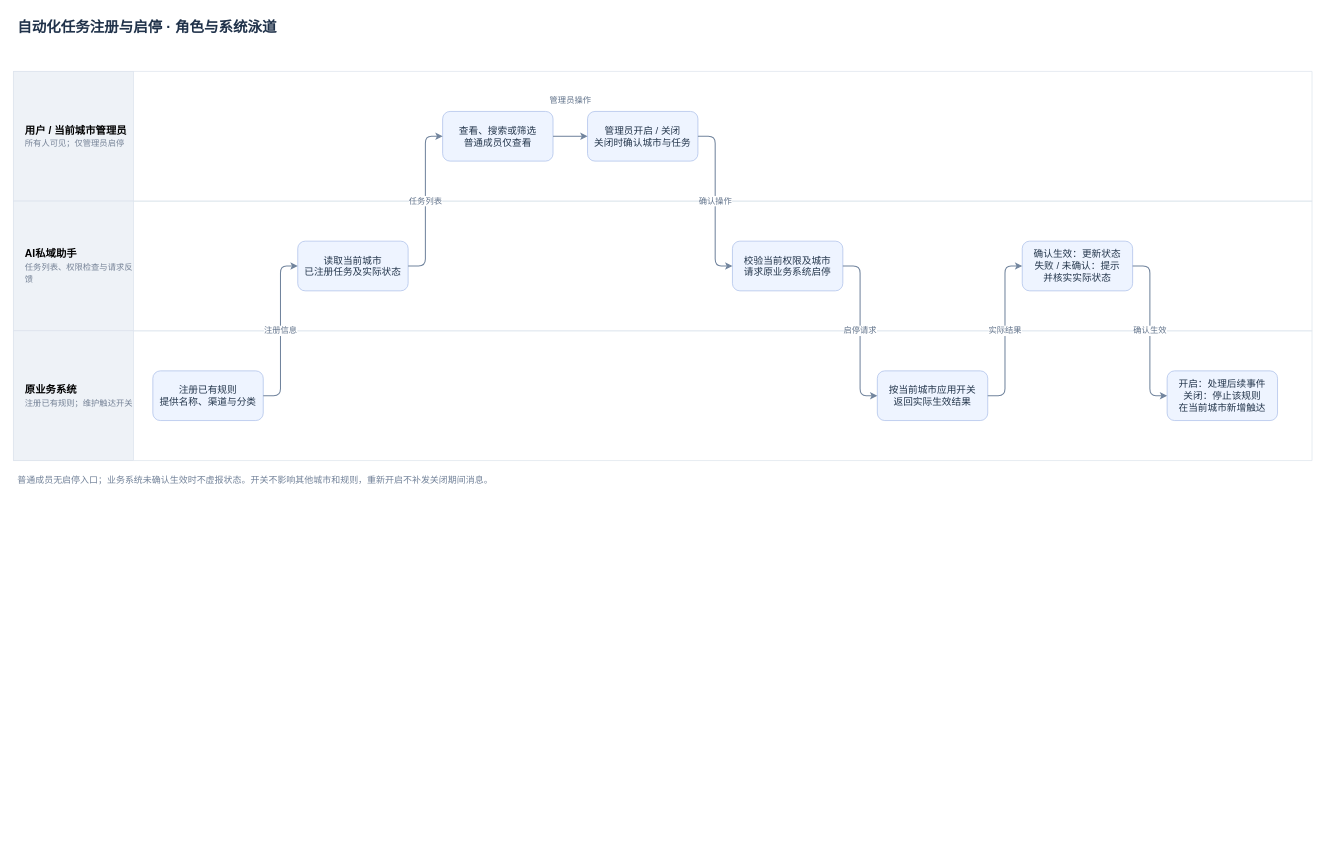
This is page "自动化任务注册与启停｜系统角色泳道" (3 of 3) of message-notifications/消息通知-角色与系统业务流程.drawio from JZT-AI/ai-proactive-activation, a draw.io file, before an edit. Source tidied: cells renumbered, new cells numbered last; positions are measured from the earlier drawing's top-left corner, leaving out a move shared by most shapes. Both pictures are drawn from the tidied source at 69%, with x=0, y=0 at pixel (13, 13).
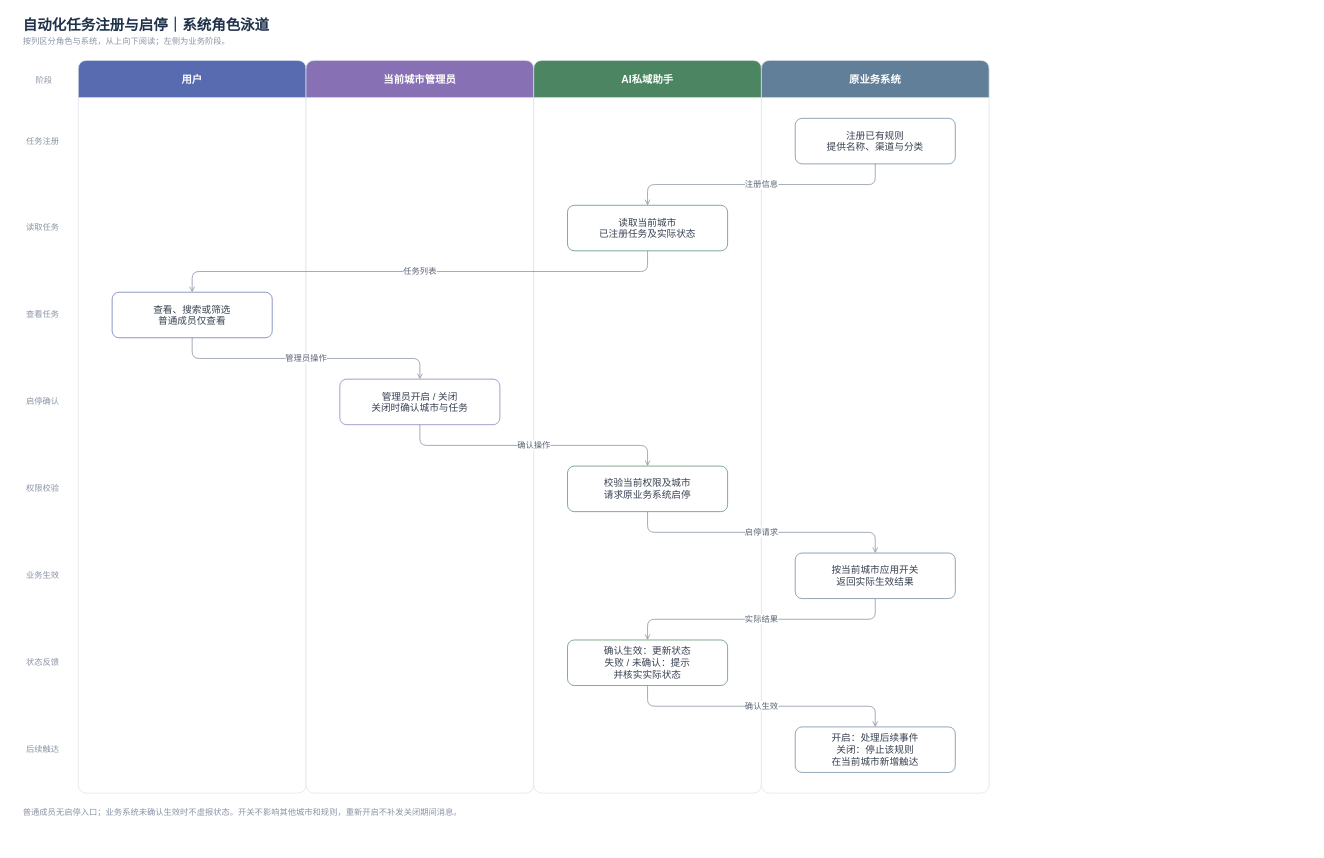
The same page after the edit.

Diff of the diagram source:
```diff
@@
-    <mxCell id="2" value="自动化任务注册与启停 · 角色与系统泳道" style="text;html=1;fontSize=21;fontStyle=1;fontColor=#20324a;align=left;" parent="1" vertex="1">
-      <mxGeometry x="4" width="1874" height="32" as="geometry" />
+    <mxCell id="2" value="自动化任务注册与启停｜系统角色泳道" style="text;html=1;fontSize=21;fontStyle=1;fontColor=#20324a;align=left;" parent="1" vertex="1">
+      <mxGeometry x="12" y="-2" width="1396" height="32" as="geometry" />
     </mxCell>
-    <mxCell id="3" style="swimlane;horizontal=1;startSize=0;fillColor=#ffffff;strokeColor=#dce3ed;" parent="1" vertex="1">
-      <mxGeometry y="84" width="1882" height="188" as="geometry" />
+    <mxCell id="3" value="按列区分角色与系统，从上向下阅读；左侧为业务阶段。" style="text;html=1;fontSize=12;fontColor=#8993a4;align=left;" parent="1" vertex="1">
+      <mxGeometry x="12" y="27" width="1396" height="24" as="geometry" />
     </mxCell>
-    <mxCell id="4" value="用户 / 当前城市管理员&lt;br&gt;&lt;font style=&quot;font-size:12px;font-weight:normal;color:#758296&quot;&gt;所有人可见；仅管理员启停&lt;/font&gt;" style="rounded=0;whiteSpace=wrap;html=1;fillColor=#eef2f7;strokeColor=#dce3ed;fontSize=15;fontStyle=1;align=left;spacingLeft=15;" parent="3" vertex="1">
-      <mxGeometry width="174" height="188" as="geometry" />
+    <mxCell id="4" value="阶段" style="text;html=1;fontSize=12;fontColor=#8993a4;align=center;" parent="1" vertex="1">
+      <mxGeometry x="6" y="83" width="76" height="24" as="geometry" />
     </mxCell>
-    <mxCell id="5" style="swimlane;horizontal=1;startSize=0;fillColor=#f8fafc;strokeColor=#dce3ed;" parent="1" vertex="1">
-      <mxGeometry y="272" width="1882" height="188" as="geometry" />
+    <mxCell id="5" value="用户" style="swimlane;horizontal=1;startSize=54;rounded=1;arcSize=8;fillColor=#596bb0;swimlaneFillColor=#ffffff;strokeColor=#dce1e9;fontColor=#ffffff;fontSize=15;fontStyle=1;" parent="1" vertex="1">
+      <mxGeometry x="94" y="68" width="330" height="1062" as="geometry" />
     </mxCell>
-    <mxCell id="6" value="AI私域助手&lt;br&gt;&lt;font style=&quot;font-size:12px;font-weight:normal;color:#758296&quot;&gt;任务列表、权限检查与请求反馈&lt;/font&gt;" style="rounded=0;whiteSpace=wrap;html=1;fillColor=#eef2f7;strokeColor=#dce3ed;fontSize=15;fontStyle=1;align=left;spacingLeft=15;" parent="5" vertex="1">
-      <mxGeometry width="174" height="188" as="geometry" />
+    <mxCell id="6" value="当前城市管理员" style="swimlane;horizontal=1;startSize=54;rounded=1;arcSize=8;fillColor=#8870b5;swimlaneFillColor=#ffffff;strokeColor=#dce1e9;fontColor=#ffffff;fontSize=15;fontStyle=1;" parent="1" vertex="1">
+      <mxGeometry x="424" y="68" width="330" height="1062" as="geometry" />
     </mxCell>
-    <mxCell id="7" style="swimlane;horizontal=1;startSize=0;fillColor=#ffffff;strokeColor=#dce3ed;" parent="1" vertex="1">
-      <mxGeometry y="460" width="1882" height="188" as="geometry" />
+    <mxCell id="7" value="AI私域助手" style="swimlane;horizontal=1;startSize=54;rounded=1;arcSize=8;fillColor=#4c8562;swimlaneFillColor=#ffffff;strokeColor=#dce1e9;fontColor=#ffffff;fontSize=15;fontStyle=1;" parent="1" vertex="1">
+      <mxGeometry x="754" y="68" width="330" height="1062" as="geometry" />
     </mxCell>
-    <mxCell id="8" value="原业务系统&lt;br&gt;&lt;font style=&quot;font-size:12px;font-weight:normal;color:#758296&quot;&gt;注册已有规则；维护触达开关&lt;/font&gt;" style="rounded=0;whiteSpace=wrap;html=1;fillColor=#eef2f7;strokeColor=#dce3ed;fontSize=15;fontStyle=1;align=left;spacingLeft=15;" parent="7" vertex="1">
-      <mxGeometry width="174" height="188" as="geometry" />
+    <mxCell id="8" value="原业务系统" style="swimlane;horizontal=1;startSize=54;rounded=1;arcSize=8;fillColor=#617f99;swimlaneFillColor=#ffffff;strokeColor=#dce1e9;fontColor=#ffffff;fontSize=15;fontStyle=1;" parent="1" vertex="1">
+      <mxGeometry x="1084" y="68" width="330" height="1062" as="geometry" />
     </mxCell>
-    <mxCell id="9" value="注册已有规则&lt;br&gt;提供名称、渠道与分类" style="rounded=1;whiteSpace=wrap;html=1;fillColor=#eef4ff;strokeColor=#a8bde8;fontColor=#24364c;fontSize=14;spacing=8;" parent="7" vertex="1">
-      <mxGeometry x="202" y="58" width="160" height="72" as="geometry" />
+    <mxCell id="9" value="任务注册" style="text;html=1;fontSize=12;fontColor=#8993a4;align=center;" parent="1" vertex="1">
+      <mxGeometry x="-2" y="171" width="88" height="28" as="geometry" />
     </mxCell>
-    <mxCell id="10" value="读取当前城市&lt;br&gt;已注册任务及实际状态" style="rounded=1;whiteSpace=wrap;html=1;fillColor=#eef4ff;strokeColor=#a8bde8;fontColor=#24364c;fontSize=14;spacing=8;" parent="5" vertex="1">
-      <mxGeometry x="412" y="58" width="160" height="72" as="geometry" />
+    <mxCell id="10" value="读取任务" style="text;html=1;fontSize=12;fontColor=#8993a4;align=center;" parent="1" vertex="1">
+      <mxGeometry x="-2" y="297" width="88" height="28" as="geometry" />
     </mxCell>
-    <mxCell id="11" value="查看、搜索或筛选&lt;br&gt;普通成员仅查看" style="rounded=1;whiteSpace=wrap;html=1;fillColor=#eef4ff;strokeColor=#a8bde8;fontColor=#24364c;fontSize=14;spacing=8;" parent="3" vertex="1">
-      <mxGeometry x="622" y="58" width="160" height="72" as="geometry" />
+    <mxCell id="11" value="查看任务" style="text;html=1;fontSize=12;fontColor=#8993a4;align=center;" parent="1" vertex="1">
+      <mxGeometry x="-2" y="423" width="88" height="28" as="geometry" />
     </mxCell>
-    <mxCell id="12" value="管理员开启 / 关闭&lt;br&gt;关闭时确认城市与任务" style="rounded=1;whiteSpace=wrap;html=1;fillColor=#eef4ff;strokeColor=#a8bde8;fontColor=#24364c;fontSize=14;spacing=8;" parent="3" vertex="1">
-      <mxGeometry x="832" y="58" width="160" height="72" as="geometry" />
+    <mxCell id="12" value="启停确认" style="text;html=1;fontSize=12;fontColor=#8993a4;align=center;" parent="1" vertex="1">
+      <mxGeometry x="-2" y="549" width="88" height="28" as="geometry" />
     </mxCell>
-    <mxCell id="13" value="校验当前权限及城市&lt;br&gt;请求原业务系统启停" style="rounded=1;whiteSpace=wrap;html=1;fillColor=#eef4ff;strokeColor=#a8bde8;fontColor=#24364c;fontSize=14;spacing=8;" parent="5" vertex="1">
-      <mxGeometry x="1042" y="58" width="160" height="72" as="geometry" />
+    <mxCell id="13" value="权限校验" style="text;html=1;fontSize=12;fontColor=#8993a4;align=center;" parent="1" vertex="1">
+      <mxGeometry x="-2" y="675" width="88" height="28" as="geometry" />
     </mxCell>
-    <mxCell id="14" value="按当前城市应用开关&lt;br&gt;返回实际生效结果" style="rounded=1;whiteSpace=wrap;html=1;fillColor=#eef4ff;strokeColor=#a8bde8;fontColor=#24364c;fontSize=14;spacing=8;" parent="7" vertex="1">
-      <mxGeometry x="1252" y="58" width="160" height="72" as="geometry" />
+    <mxCell id="14" value="业务生效" style="text;html=1;fontSize=12;fontColor=#8993a4;align=center;" parent="1" vertex="1">
+      <mxGeometry x="-2" y="801" width="88" height="28" as="geometry" />
     </mxCell>
-    <mxCell id="15" value="确认生效：更新状态&lt;br&gt;失败 / 未确认：提示&lt;br&gt;并核实实际状态" style="rounded=1;whiteSpace=wrap;html=1;fillColor=#eef4ff;strokeColor=#a8bde8;fontColor=#24364c;fontSize=14;spacing=8;" parent="5" vertex="1">
-      <mxGeometry x="1462" y="58" width="160" height="72" as="geometry" />
+    <mxCell id="15" value="状态反馈" style="text;html=1;fontSize=12;fontColor=#8993a4;align=center;" parent="1" vertex="1">
+      <mxGeometry x="-2" y="927" width="88" height="28" as="geometry" />
     </mxCell>
-    <mxCell id="16" value="开启：处理后续事件&lt;br&gt;关闭：停止该规则&lt;br&gt;在当前城市新增触达" style="rounded=1;whiteSpace=wrap;html=1;fillColor=#eef4ff;strokeColor=#a8bde8;fontColor=#24364c;fontSize=14;spacing=8;" parent="7" vertex="1">
-      <mxGeometry x="1672" y="58" width="160" height="72" as="geometry" />
+    <mxCell id="16" value="后续触达" style="text;html=1;fontSize=12;fontColor=#8993a4;align=center;" parent="1" vertex="1">
+      <mxGeometry x="-2" y="1053" width="88" height="28" as="geometry" />
     </mxCell>
-    <mxCell id="17" value="注册信息" style="edgeStyle=orthogonalEdgeStyle;rounded=1;html=1;strokeColor=#71849d;strokeWidth=1.5;fontSize=12;fontColor=#60728a;labelBackgroundColor=#ffffff;exitX=1;exitY=0.5;entryX=0;entryY=0.5;" parent="1" edge="1" source="9" target="10">
-      <mxGeometry relative="1" as="geometry">
-        <Array as="points">
-          <mxPoint x="387" y="554" />
-          <mxPoint x="387" y="366" />
-        </Array>
-      </mxGeometry>
+    <mxCell id="17" value="注册已有规则&lt;br&gt;提供名称、渠道与分类" style="rounded=1;whiteSpace=wrap;html=1;fillColor=#ffffff;strokeColor=#617f99;strokeWidth=1;fontColor=#374151;fontSize=14;spacing=8;" parent="8" vertex="1">
+      <mxGeometry x="49" y="84" width="232" height="66" as="geometry" />
     </mxCell>
-    <mxCell id="18" value="任务列表" style="edgeStyle=orthogonalEdgeStyle;rounded=1;html=1;strokeColor=#71849d;strokeWidth=1.5;fontSize=12;fontColor=#60728a;labelBackgroundColor=#ffffff;exitX=1;exitY=0.5;entryX=0;entryY=0.5;" parent="1" edge="1" source="10" target="11">
-      <mxGeometry relative="1" as="geometry">
-        <Array as="points">
-          <mxPoint x="597" y="366" />
-          <mxPoint x="597" y="178" />
-        </Array>
-      </mxGeometry>
+    <mxCell id="18" value="读取当前城市&lt;br&gt;已注册任务及实际状态" style="rounded=1;whiteSpace=wrap;html=1;fillColor=#ffffff;strokeColor=#4c8562;strokeWidth=1;fontColor=#374151;fontSize=14;spacing=8;" parent="7" vertex="1">
+      <mxGeometry x="49" y="210" width="232" height="66" as="geometry" />
     </mxCell>
-    <mxCell id="19" value="管理员操作" style="edgeStyle=orthogonalEdgeStyle;rounded=1;html=1;strokeColor=#71849d;strokeWidth=1.5;fontSize=12;fontColor=#60728a;labelBackgroundColor=#ffffff;exitX=1;exitY=0.5;entryX=0;entryY=0.5;" parent="1" edge="1" source="11" target="12">
-      <mxGeometry relative="1" as="geometry">
-        <Array as="points">
-          <mxPoint x="807" y="178" />
-          <mxPoint x="807" y="178" />
-        </Array>
-        <mxPoint y="-52" as="offset" />
-      </mxGeometry>
+    <mxCell id="19" value="查看、搜索或筛选&lt;br&gt;普通成员仅查看" style="rounded=1;whiteSpace=wrap;html=1;fillColor=#ffffff;strokeColor=#596bb0;strokeWidth=1;fontColor=#374151;fontSize=14;spacing=8;" parent="5" vertex="1">
+      <mxGeometry x="49" y="336" width="232" height="66" as="geometry" />
     </mxCell>
-    <mxCell id="20" value="确认操作" style="edgeStyle=orthogonalEdgeStyle;rounded=1;html=1;strokeColor=#71849d;strokeWidth=1.5;fontSize=12;fontColor=#60728a;labelBackgroundColor=#ffffff;exitX=1;exitY=0.5;entryX=0;entryY=0.5;" parent="1" edge="1" source="12" target="13">
-      <mxGeometry relative="1" as="geometry">
-        <Array as="points">
-          <mxPoint x="1017" y="178" />
-          <mxPoint x="1017" y="366" />
-        </Array>
-      </mxGeometry>
+    <mxCell id="20" value="管理员开启 / 关闭&lt;br&gt;关闭时确认城市与任务" style="rounded=1;whiteSpace=wrap;html=1;fillColor=#ffffff;strokeColor=#8870b5;strokeWidth=1;fontColor=#374151;fontSize=14;spacing=8;" parent="6" vertex="1">
+      <mxGeometry x="49" y="462" width="232" height="66" as="geometry" />
     </mxCell>
-    <mxCell id="21" value="启停请求" style="edgeStyle=orthogonalEdgeStyle;rounded=1;html=1;strokeColor=#71849d;strokeWidth=1.5;fontSize=12;fontColor=#60728a;labelBackgroundColor=#ffffff;exitX=1;exitY=0.5;entryX=0;entryY=0.5;" parent="1" edge="1" source="13" target="14">
-      <mxGeometry relative="1" as="geometry">
-        <Array as="points">
-          <mxPoint x="1227" y="366" />
-          <mxPoint x="1227" y="554" />
-        </Array>
-      </mxGeometry>
+    <mxCell id="21" value="校验当前权限及城市&lt;br&gt;请求原业务系统启停" style="rounded=1;whiteSpace=wrap;html=1;fillColor=#ffffff;strokeColor=#4c8562;strokeWidth=1;fontColor=#374151;fontSize=14;spacing=8;" parent="7" vertex="1">
+      <mxGeometry x="49" y="588" width="232" height="66" as="geometry" />
     </mxCell>
-    <mxCell id="22" value="实际结果" style="edgeStyle=orthogonalEdgeStyle;rounded=1;html=1;strokeColor=#71849d;strokeWidth=1.5;fontSize=12;fontColor=#60728a;labelBackgroundColor=#ffffff;exitX=1;exitY=0.5;entryX=0;entryY=0.5;" parent="1" edge="1" source="14" target="15">
-      <mxGeometry relative="1" as="geometry">
-        <Array as="points">
-          <mxPoint x="1437" y="554" />
-          <mxPoint x="1437" y="366" />
-        </Array>
-      </mxGeometry>
+    <mxCell id="22" value="按当前城市应用开关&lt;br&gt;返回实际生效结果" style="rounded=1;whiteSpace=wrap;html=1;fillColor=#ffffff;strokeColor=#617f99;strokeWidth=1;fontColor=#374151;fontSize=14;spacing=8;" parent="8" vertex="1">
+      <mxGeometry x="49" y="714" width="232" height="66" as="geometry" />
     </mxCell>
-    <mxCell id="23" value="确认生效" style="edgeStyle=orthogonalEdgeStyle;rounded=1;html=1;strokeColor=#71849d;strokeWidth=1.5;fontSize=12;fontColor=#60728a;labelBackgroundColor=#ffffff;exitX=1;exitY=0.5;entryX=0;entryY=0.5;" parent="1" edge="1" source="15" target="16">
-      <mxGeometry relative="1" as="geometry">
-        <Array as="points">
-          <mxPoint x="1647" y="366" />
-          <mxPoint x="1647" y="554" />
-        </Array>
-      </mxGeometry>
+    <mxCell id="23" value="确认生效：更新状态&lt;br&gt;失败 / 未确认：提示&lt;br&gt;并核实实际状态" style="rounded=1;whiteSpace=wrap;html=1;fillColor=#ffffff;strokeColor=#4c8562;strokeWidth=1;fontColor=#374151;fontSize=14;spacing=8;" parent="7" vertex="1">
+      <mxGeometry x="49" y="840" width="232" height="66" as="geometry" />
     </mxCell>
-    <mxCell id="24" value="普通成员无启停入口；业务系统未确认生效时不虚报状态。开关不影响其他城市和规则，重新开启不补发关闭期间消息。" style="text;html=1;whiteSpace=wrap;fontSize=13;fontColor=#718198;align=left;" parent="1" vertex="1">
-      <mxGeometry x="4" y="662" width="1874" height="62" as="geometry" />
+    <mxCell id="24" value="开启：处理后续事件&lt;br&gt;关闭：停止该规则&lt;br&gt;在当前城市新增触达" style="rounded=1;whiteSpace=wrap;html=1;fillColor=#ffffff;strokeColor=#617f99;strokeWidth=1;fontColor=#374151;fontSize=14;spacing=8;" parent="8" vertex="1">
+      <mxGeometry x="49" y="966" width="232" height="66" as="geometry" />
     </mxCell>
+    <mxCell id="25" value="注册信息" style="edgeStyle=orthogonalEdgeStyle;rounded=1;html=1;strokeColor=#7d8798;strokeWidth=1;fontSize=12;fontColor=#596273;labelBackgroundColor=#ffffff;endArrow=open;endFill=0;exitX=0.5;exitY=1;entryX=0.5;entryY=0;" parent="1" edge="1" source="17" target="18">
+      <mxGeometry relative="1" as="geometry">
+        <Array as="points">
+          <mxPoint x="1249" y="248" />
+          <mxPoint x="919" y="248" />
+        </Array>
+      </mxGeometry>
+    </mxCell>
+    <mxCell id="26" value="任务列表" style="edgeStyle=orthogonalEdgeStyle;rounded=1;html=1;strokeColor=#7d8798;strokeWidth=1;fontSize=12;fontColor=#596273;labelBackgroundColor=#ffffff;endArrow=open;endFill=0;exitX=0.5;exitY=1;entryX=0.5;entryY=0;" parent="1" edge="1" source="18" target="19">
+      <mxGeometry relative="1" as="geometry">
+        <Array as="points">
+          <mxPoint x="919" y="374" />
+          <mxPoint x="259" y="374" />
+        </Array>
+      </mxGeometry>
+    </mxCell>
+    <mxCell id="27" value="管理员操作" style="edgeStyle=orthogonalEdgeStyle;rounded=1;html=1;strokeColor=#7d8798;strokeWidth=1;fontSize=12;fontColor=#596273;labelBackgroundColor=#ffffff;endArrow=open;endFill=0;exitX=0.5;exitY=1;entryX=0.5;entryY=0;" parent="1" edge="1" source="19" target="20">
+      <mxGeometry relative="1" as="geometry">
+        <Array as="points">
+          <mxPoint x="259" y="500" />
+          <mxPoint x="589" y="500" />
+        </Array>
+      </mxGeometry>
+    </mxCell>
+    <mxCell id="28" value="确认操作" style="edgeStyle=orthogonalEdgeStyle;rounded=1;html=1;strokeColor=#7d8798;strokeWidth=1;fontSize=12;fontColor=#596273;labelBackgroundColor=#ffffff;endArrow=open;endFill=0;exitX=0.5;exitY=1;entryX=0.5;entryY=0;" parent="1" edge="1" source="20" target="21">
+      <mxGeometry relative="1" as="geometry">
+        <Array as="points">
+          <mxPoint x="589" y="626" />
+          <mxPoint x="919" y="626" />
+        </Array>
+      </mxGeometry>
+    </mxCell>
+    <mxCell id="29" value="启停请求" style="edgeStyle=orthogonalEdgeStyle;rounded=1;html=1;strokeColor=#7d8798;strokeWidth=1;fontSize=12;fontColor=#596273;labelBackgroundColor=#ffffff;endArrow=open;endFill=0;exitX=0.5;exitY=1;entryX=0.5;entryY=0;" parent="1" edge="1" source="21" target="22">
+      <mxGeometry relative="1" as="geometry">
+        <Array as="points">
+          <mxPoint x="919" y="752" />
+          <mxPoint x="1249" y="752" />
+        </Array>
+      </mxGeometry>
+    </mxCell>
+    <mxCell id="30" value="实际结果" style="edgeStyle=orthogonalEdgeStyle;rounded=1;html=1;strokeColor=#7d8798;strokeWidth=1;fontSize=12;fontColor=#596273;labelBackgroundColor=#ffffff;endArrow=open;endFill=0;exitX=0.5;exitY=1;entryX=0.5;entryY=0;" parent="1" edge="1" source="22" target="23">
+      <mxGeometry relative="1" as="geometry">
+        <Array as="points">
+          <mxPoint x="1249" y="878" />
+          <mxPoint x="919" y="878" />
+        </Array>
+      </mxGeometry>
+    </mxCell>
+    <mxCell id="31" value="确认生效" style="edgeStyle=orthogonalEdgeStyle;rounded=1;html=1;strokeColor=#7d8798;strokeWidth=1;fontSize=12;fontColor=#596273;labelBackgroundColor=#ffffff;endArrow=open;endFill=0;exitX=0.5;exitY=1;entryX=0.5;entryY=0;" parent="1" edge="1" source="23" target="24">
+      <mxGeometry relative="1" as="geometry">
+        <Array as="points">
+          <mxPoint x="919" y="1004" />
+          <mxPoint x="1249" y="1004" />
+        </Array>
+      </mxGeometry>
+    </mxCell>
+    <mxCell id="32" value="普通成员无启停入口；业务系统未确认生效时不虚报状态。开关不影响其他城市和规则，重新开启不补发关闭期间消息。" style="text;html=1;whiteSpace=wrap;fontSize=12;fontColor=#8993a4;align=left;" parent="1" vertex="1">
+      <mxGeometry x="12" y="1144" width="1396" height="64" as="geometry" />
+    </mxCell>
```
